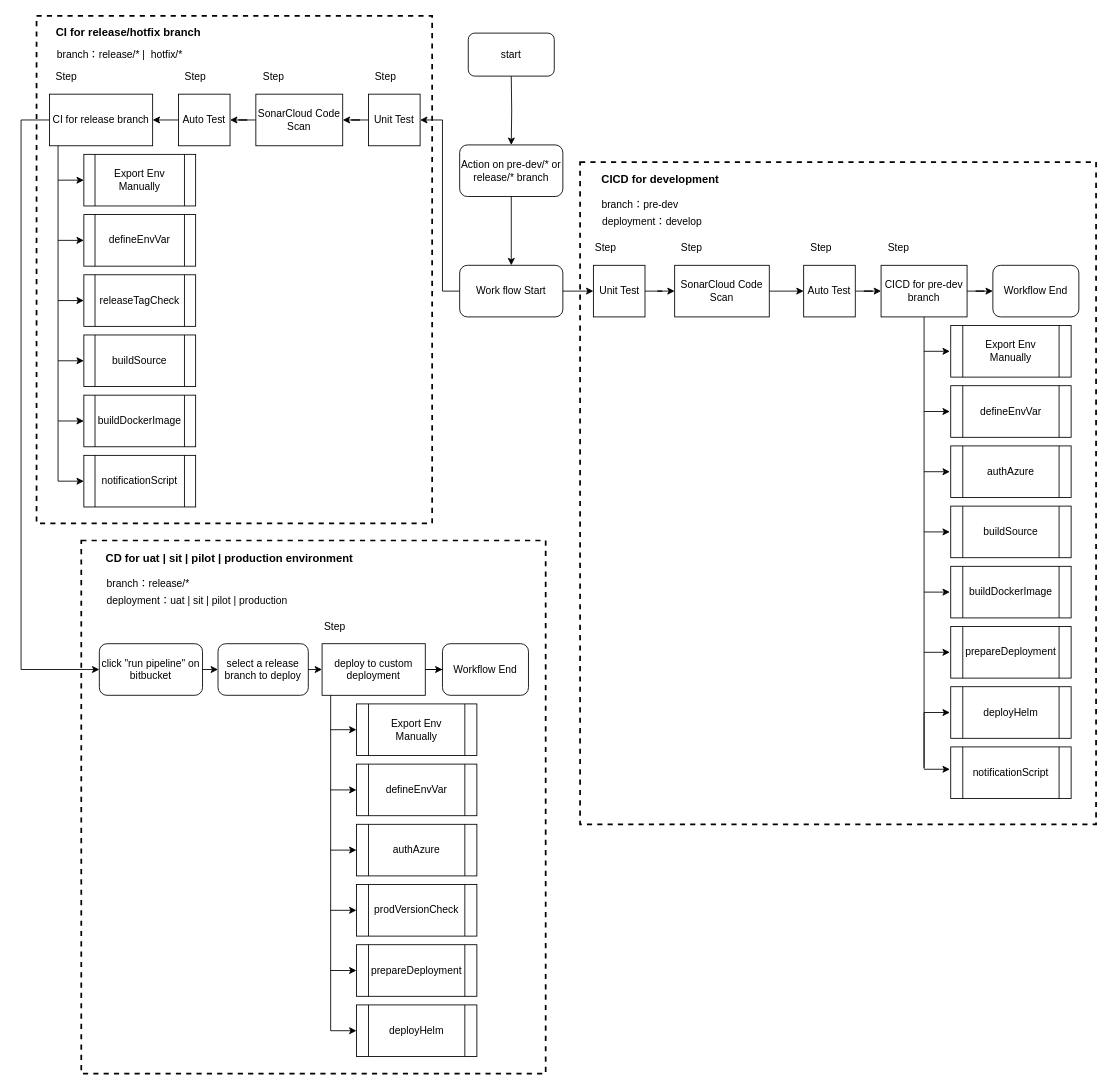
Before: Untitled Diagram.drawio in tinson28/devops-web, a draw.io diagram. Source tidied: cells renumbered, new cells numbered last; positions are measured from the earlier drawing's top-left corner, leaving out a move shared by most shapes. Both pictures are drawn from the tidied source at 86%, with x=0, y=0 at pixel (21, 15).
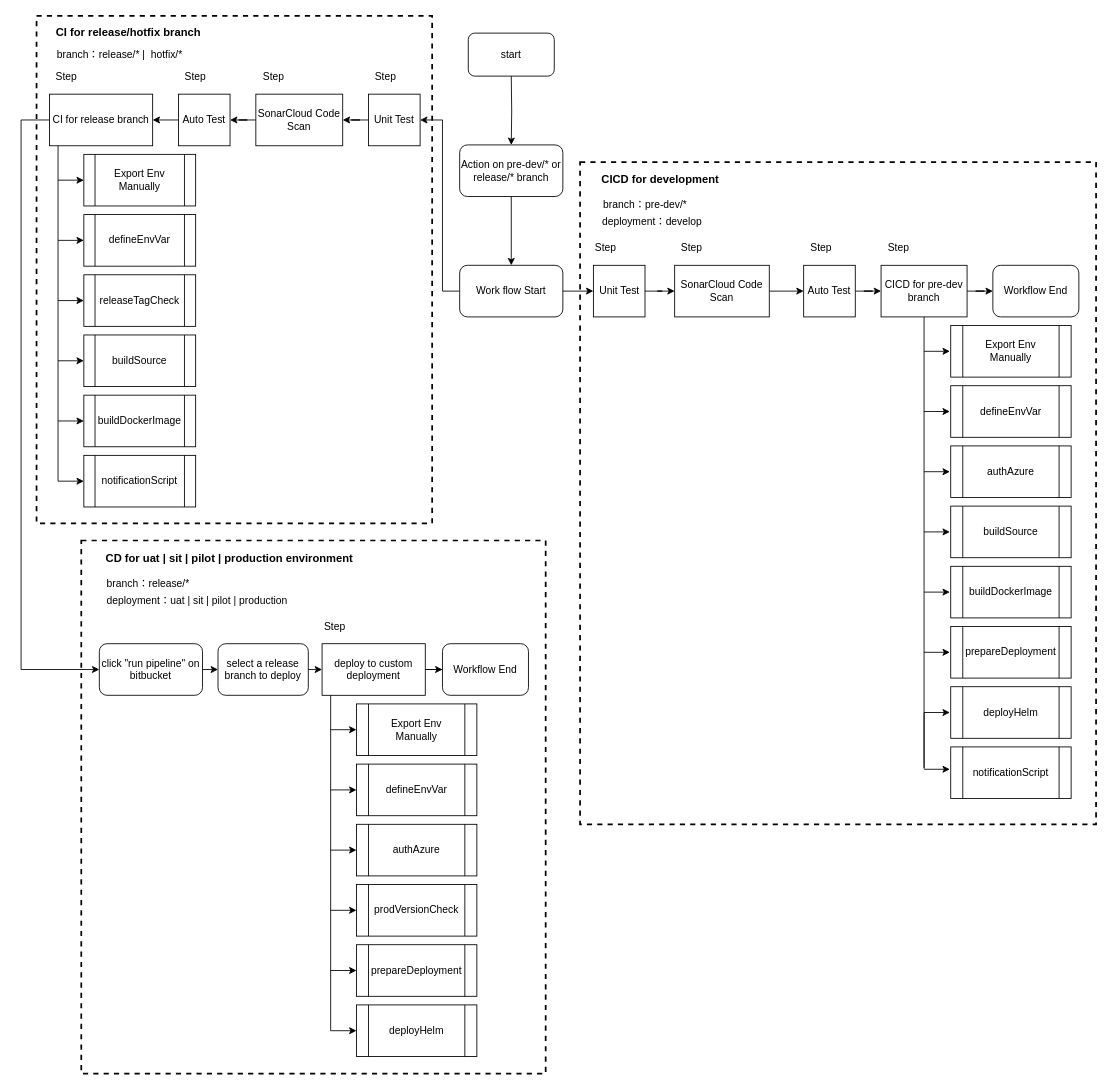
The same page after the edit.

Diff of the diagram source:
```diff
@@
-    <mxCell id="34" value="branch：pre-dev" style="text;html=1;strokeColor=none;fillColor=none;align=center;verticalAlign=middle;whiteSpace=wrap;rounded=0;dashed=1;" parent="1" vertex="1">
-      <mxGeometry x="660" y="210" width="120" height="20" as="geometry" />
+    <mxCell id="34" value="branch：pre-dev/*" style="text;html=1;strokeColor=none;fillColor=none;align=center;verticalAlign=middle;whiteSpace=wrap;rounded=0;dashed=1;" parent="1" vertex="1">
+      <mxGeometry x="665.5" y="210" width="120" height="20" as="geometry" />
     </mxCell>
```
